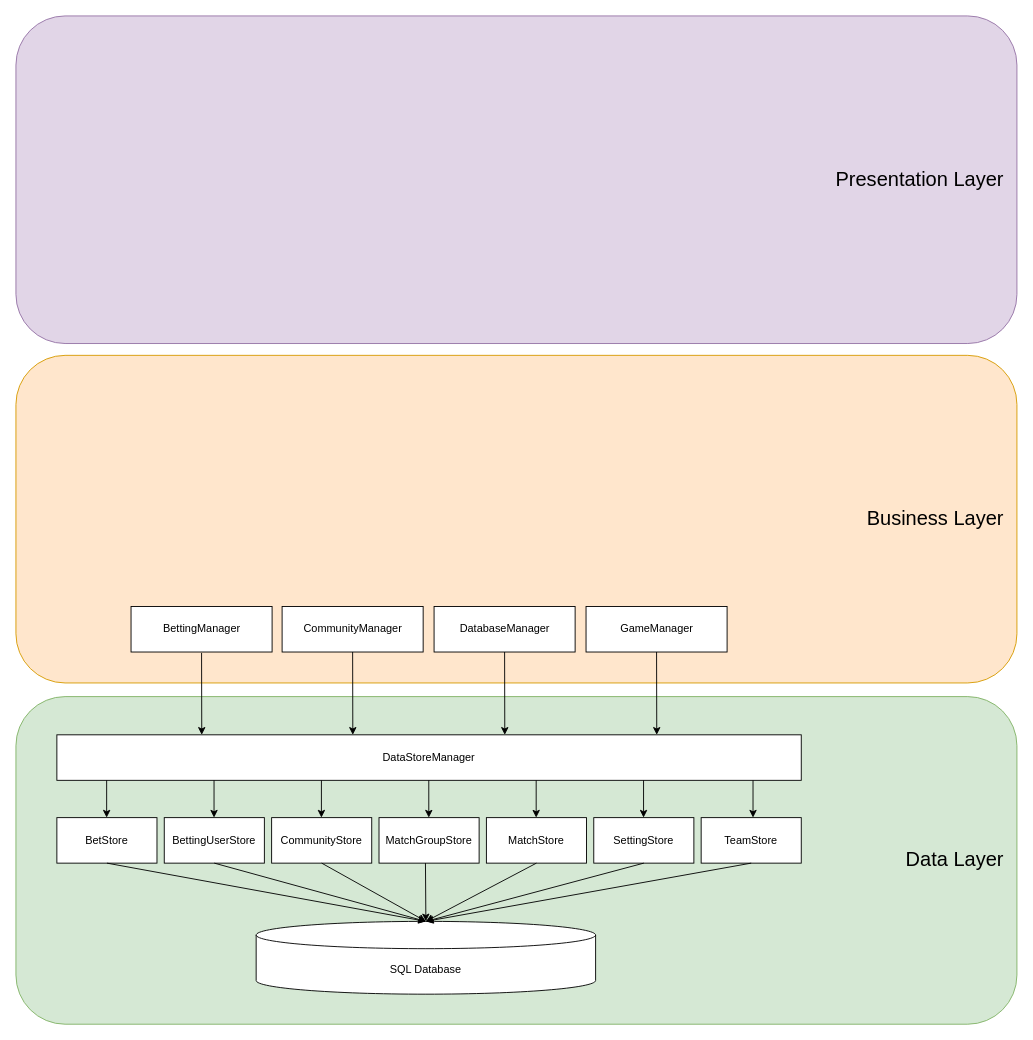
Earlier version of the draw.io diagram ImbaBetWeb/Design/Architecture.drawio (ErrorNotFound/ImbaBet). Source tidied: cells renumbered, new cells numbered last; positions are measured from the earlier drawing's top-left corner, leaving out a move shared by most shapes. Both pictures are drawn from the tidied source at 91%, with x=0, y=0 at pixel (15, 15).
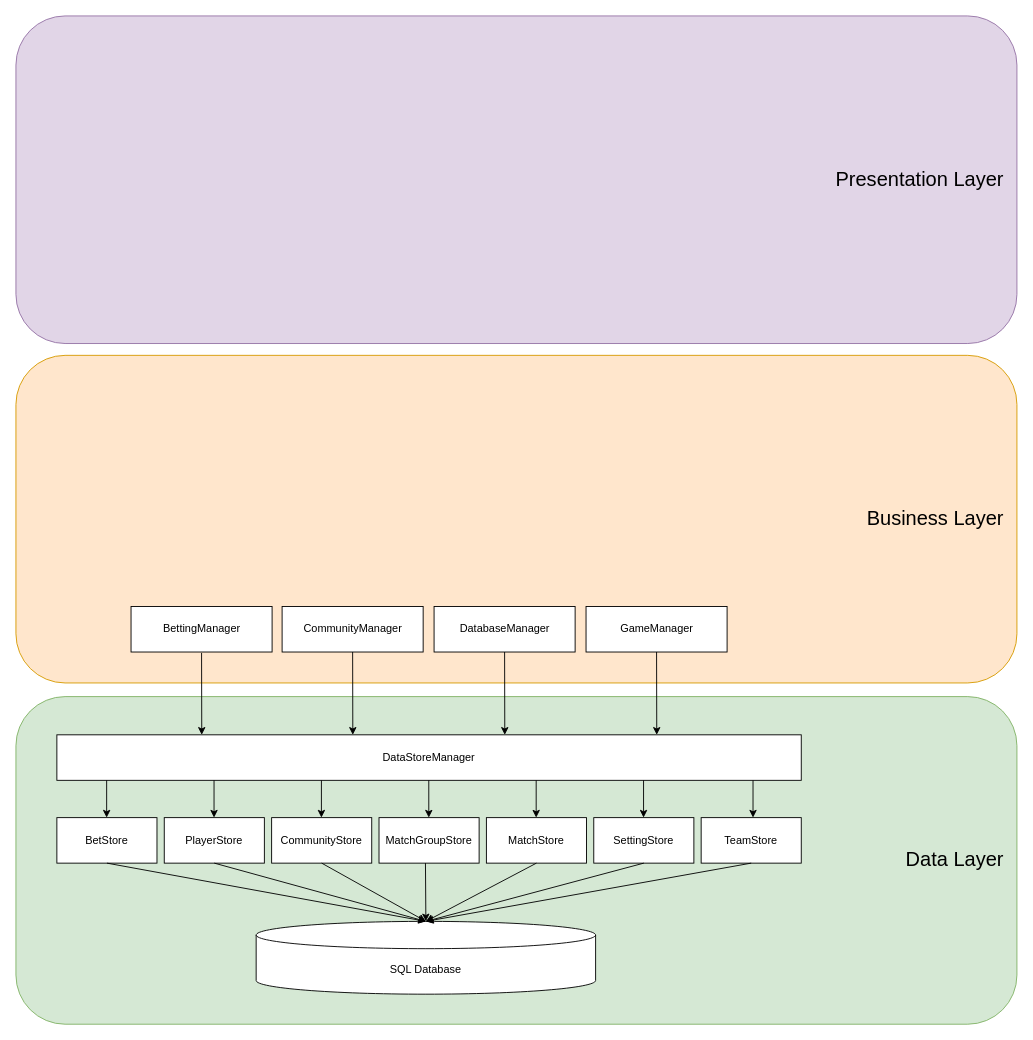
After the change.

Change to the diagram source:
```diff
@@
-    <mxCell id="6" value="BettingUserStore" style="html=1;whiteSpace=wrap;" parent="1" vertex="1">
+    <mxCell id="6" value="PlayerStore" style="html=1;whiteSpace=wrap;" parent="1" vertex="1">
       <mxGeometry x="163" y="881" width="110" height="50" as="geometry" />
     </mxCell>
```
